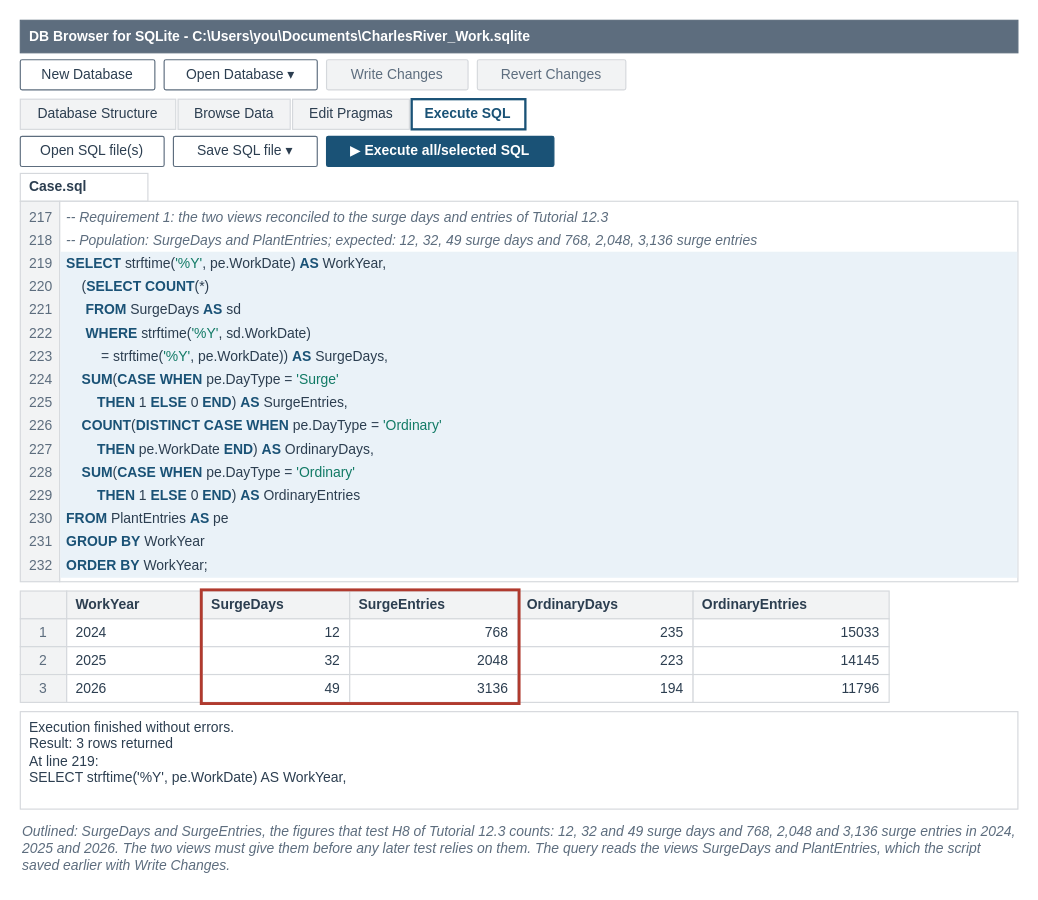
Earlier version of the draw.io diagram facts/instructor/figures/case-part-3/IF-C3-1-A.drawio (mmcodesso/Accounting_Analytics_Book). Source tidied: cells renumbered, new cells numbered last; positions are measured from the earlier drawing's top-left corner, leaving out a move shared by most shapes. Both pictures are drawn from the tidied source at 116%, with x=0, y=0 at pixel (20, 20).
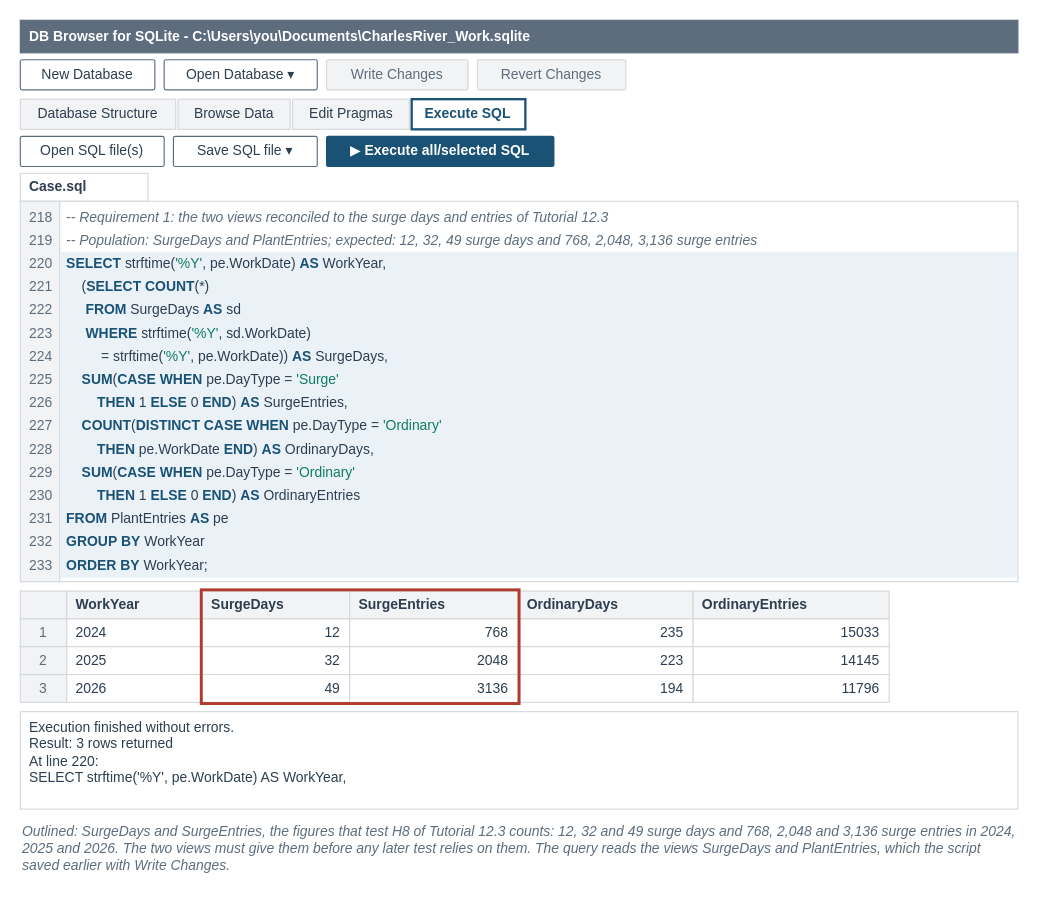
The same page after the edit.

Change to the diagram source:
```diff
@@
-    <mxCell id="19" value="217" style="text;html=1;whiteSpace=wrap;align=right;verticalAlign=middle;fontSize=12;fontColor=#5D6D7E;fontStyle=0;fontFamily=Helvetica;spacing=2;fillColor=none;strokeColor=none;" parent="1" vertex="1">
+    <mxCell id="19" value="218" style="text;html=1;whiteSpace=wrap;align=right;verticalAlign=middle;fontSize=12;fontColor=#5D6D7E;fontStyle=0;fontFamily=Helvetica;spacing=2;fillColor=none;strokeColor=none;" parent="1" vertex="1">
       <mxGeometry y="160" width="30" height="20" as="geometry" />
     </mxCell>
@@
-    <mxCell id="21" value="218" style="text;html=1;whiteSpace=wrap;align=right;verticalAlign=middle;fontSize=12;fontColor=#5D6D7E;fontStyle=0;fontFamily=Helvetica;spacing=2;fillColor=none;strokeColor=none;" parent="1" vertex="1">
+    <mxCell id="21" value="219" style="text;html=1;whiteSpace=wrap;align=right;verticalAlign=middle;fontSize=12;fontColor=#5D6D7E;fontStyle=0;fontFamily=Helvetica;spacing=2;fillColor=none;strokeColor=none;" parent="1" vertex="1">
       <mxGeometry y="180" width="30" height="20" as="geometry" />
     </mxCell>
@@
-    <mxCell id="23" value="219" style="text;html=1;whiteSpace=wrap;align=right;verticalAlign=middle;fontSize=12;fontColor=#5D6D7E;fontStyle=0;fontFamily=Helvetica;spacing=2;fillColor=none;strokeColor=none;" parent="1" vertex="1">
+    <mxCell id="23" value="220" style="text;html=1;whiteSpace=wrap;align=right;verticalAlign=middle;fontSize=12;fontColor=#5D6D7E;fontStyle=0;fontFamily=Helvetica;spacing=2;fillColor=none;strokeColor=none;" parent="1" vertex="1">
       <mxGeometry y="200" width="30" height="20" as="geometry" />
     </mxCell>
@@
-    <mxCell id="25" value="220" style="text;html=1;whiteSpace=wrap;align=right;verticalAlign=middle;fontSize=12;fontColor=#5D6D7E;fontStyle=0;fontFamily=Helvetica;spacing=2;fillColor=none;strokeColor=none;" parent="1" vertex="1">
+    <mxCell id="25" value="221" style="text;html=1;whiteSpace=wrap;align=right;verticalAlign=middle;fontSize=12;fontColor=#5D6D7E;fontStyle=0;fontFamily=Helvetica;spacing=2;fillColor=none;strokeColor=none;" parent="1" vertex="1">
       <mxGeometry y="220" width="30" height="20" as="geometry" />
     </mxCell>
@@
-    <mxCell id="27" value="221" style="text;html=1;whiteSpace=wrap;align=right;verticalAlign=middle;fontSize=12;fontColor=#5D6D7E;fontStyle=0;fontFamily=Helvetica;spacing=2;fillColor=none;strokeColor=none;" parent="1" vertex="1">
+    <mxCell id="27" value="222" style="text;html=1;whiteSpace=wrap;align=right;verticalAlign=middle;fontSize=12;fontColor=#5D6D7E;fontStyle=0;fontFamily=Helvetica;spacing=2;fillColor=none;strokeColor=none;" parent="1" vertex="1">
       <mxGeometry y="240" width="30" height="20" as="geometry" />
     </mxCell>
@@
-    <mxCell id="29" value="222" style="text;html=1;whiteSpace=wrap;align=right;verticalAlign=middle;fontSize=12;fontColor=#5D6D7E;fontStyle=0;fontFamily=Helvetica;spacing=2;fillColor=none;strokeColor=none;" parent="1" vertex="1">
+    <mxCell id="29" value="223" style="text;html=1;whiteSpace=wrap;align=right;verticalAlign=middle;fontSize=12;fontColor=#5D6D7E;fontStyle=0;fontFamily=Helvetica;spacing=2;fillColor=none;strokeColor=none;" parent="1" vertex="1">
       <mxGeometry y="260" width="30" height="20" as="geometry" />
     </mxCell>
@@
-    <mxCell id="31" value="223" style="text;html=1;whiteSpace=wrap;align=right;verticalAlign=middle;fontSize=12;fontColor=#5D6D7E;fontStyle=0;fontFamily=Helvetica;spacing=2;fillColor=none;strokeColor=none;" parent="1" vertex="1">
+    <mxCell id="31" value="224" style="text;html=1;whiteSpace=wrap;align=right;verticalAlign=middle;fontSize=12;fontColor=#5D6D7E;fontStyle=0;fontFamily=Helvetica;spacing=2;fillColor=none;strokeColor=none;" parent="1" vertex="1">
       <mxGeometry y="280" width="30" height="20" as="geometry" />
     </mxCell>
@@
-    <mxCell id="33" value="224" style="text;html=1;whiteSpace=wrap;align=right;verticalAlign=middle;fontSize=12;fontColor=#5D6D7E;fontStyle=0;fontFamily=Helvetica;spacing=2;fillColor=none;strokeColor=none;" parent="1" vertex="1">
+    <mxCell id="33" value="225" style="text;html=1;whiteSpace=wrap;align=right;verticalAlign=middle;fontSize=12;fontColor=#5D6D7E;fontStyle=0;fontFamily=Helvetica;spacing=2;fillColor=none;strokeColor=none;" parent="1" vertex="1">
       <mxGeometry y="300" width="30" height="20" as="geometry" />
     </mxCell>
@@
-    <mxCell id="35" value="225" style="text;html=1;whiteSpace=wrap;align=right;verticalAlign=middle;fontSize=12;fontColor=#5D6D7E;fontStyle=0;fontFamily=Helvetica;spacing=2;fillColor=none;strokeColor=none;" parent="1" vertex="1">
+    <mxCell id="35" value="226" style="text;html=1;whiteSpace=wrap;align=right;verticalAlign=middle;fontSize=12;fontColor=#5D6D7E;fontStyle=0;fontFamily=Helvetica;spacing=2;fillColor=none;strokeColor=none;" parent="1" vertex="1">
       <mxGeometry y="320" width="30" height="20" as="geometry" />
     </mxCell>
@@
-    <mxCell id="37" value="226" style="text;html=1;whiteSpace=wrap;align=right;verticalAlign=middle;fontSize=12;fontColor=#5D6D7E;fontStyle=0;fontFamily=Helvetica;spacing=2;fillColor=none;strokeColor=none;" parent="1" vertex="1">
+    <mxCell id="37" value="227" style="text;html=1;whiteSpace=wrap;align=right;verticalAlign=middle;fontSize=12;fontColor=#5D6D7E;fontStyle=0;fontFamily=Helvetica;spacing=2;fillColor=none;strokeColor=none;" parent="1" vertex="1">
       <mxGeometry y="340" width="30" height="20" as="geometry" />
     </mxCell>
@@
-    <mxCell id="39" value="227" style="text;html=1;whiteSpace=wrap;align=right;verticalAlign=middle;fontSize=12;fontColor=#5D6D7E;fontStyle=0;fontFamily=Helvetica;spacing=2;fillColor=none;strokeColor=none;" parent="1" vertex="1">
+    <mxCell id="39" value="228" style="text;html=1;whiteSpace=wrap;align=right;verticalAlign=middle;fontSize=12;fontColor=#5D6D7E;fontStyle=0;fontFamily=Helvetica;spacing=2;fillColor=none;strokeColor=none;" parent="1" vertex="1">
       <mxGeometry y="360" width="30" height="20" as="geometry" />
     </mxCell>
@@
-    <mxCell id="41" value="228" style="text;html=1;whiteSpace=wrap;align=right;verticalAlign=middle;fontSize=12;fontColor=#5D6D7E;fontStyle=0;fontFamily=Helvetica;spacing=2;fillColor=none;strokeColor=none;" parent="1" vertex="1">
+    <mxCell id="41" value="229" style="text;html=1;whiteSpace=wrap;align=right;verticalAlign=middle;fontSize=12;fontColor=#5D6D7E;fontStyle=0;fontFamily=Helvetica;spacing=2;fillColor=none;strokeColor=none;" parent="1" vertex="1">
       <mxGeometry y="380" width="30" height="20" as="geometry" />
     </mxCell>
@@
-    <mxCell id="43" value="229" style="text;html=1;whiteSpace=wrap;align=right;verticalAlign=middle;fontSize=12;fontColor=#5D6D7E;fontStyle=0;fontFamily=Helvetica;spacing=2;fillColor=none;strokeColor=none;" parent="1" vertex="1">
+    <mxCell id="43" value="230" style="text;html=1;whiteSpace=wrap;align=right;verticalAlign=middle;fontSize=12;fontColor=#5D6D7E;fontStyle=0;fontFamily=Helvetica;spacing=2;fillColor=none;strokeColor=none;" parent="1" vertex="1">
       <mxGeometry y="400" width="30" height="20" as="geometry" />
     </mxCell>
@@
-    <mxCell id="45" value="230" style="text;html=1;whiteSpace=wrap;align=right;verticalAlign=middle;fontSize=12;fontColor=#5D6D7E;fontStyle=0;fontFamily=Helvetica;spacing=2;fillColor=none;strokeColor=none;" parent="1" vertex="1">
+    <mxCell id="45" value="231" style="text;html=1;whiteSpace=wrap;align=right;verticalAlign=middle;fontSize=12;fontColor=#5D6D7E;fontStyle=0;fontFamily=Helvetica;spacing=2;fillColor=none;strokeColor=none;" parent="1" vertex="1">
       <mxGeometry y="420" width="30" height="20" as="geometry" />
     </mxCell>
@@
-    <mxCell id="47" value="231" style="text;html=1;whiteSpace=wrap;align=right;verticalAlign=middle;fontSize=12;fontColor=#5D6D7E;fontStyle=0;fontFamily=Helvetica;spacing=2;fillColor=none;strokeColor=none;" parent="1" vertex="1">
+    <mxCell id="47" value="232" style="text;html=1;whiteSpace=wrap;align=right;verticalAlign=middle;fontSize=12;fontColor=#5D6D7E;fontStyle=0;fontFamily=Helvetica;spacing=2;fillColor=none;strokeColor=none;" parent="1" vertex="1">
       <mxGeometry y="440" width="30" height="20" as="geometry" />
     </mxCell>
@@
-    <mxCell id="49" value="232" style="text;html=1;whiteSpace=wrap;align=right;verticalAlign=middle;fontSize=12;fontColor=#5D6D7E;fontStyle=0;fontFamily=Helvetica;spacing=2;fillColor=none;strokeColor=none;" parent="1" vertex="1">
+    <mxCell id="49" value="233" style="text;html=1;whiteSpace=wrap;align=right;verticalAlign=middle;fontSize=12;fontColor=#5D6D7E;fontStyle=0;fontFamily=Helvetica;spacing=2;fillColor=none;strokeColor=none;" parent="1" vertex="1">
       <mxGeometry y="460" width="30" height="20" as="geometry" />
     </mxCell>
@@
-    <mxCell id="75" value="Execution finished without errors.&lt;br&gt;Result: 3 rows returned&lt;br&gt;At line 219:&lt;br&gt;SELECT strftime('%Y', pe.WorkDate) AS WorkYear," style="rounded=0;arcSize=6;whiteSpace=wrap;html=1;fillColor=#FFFFFF;strokeColor=#D5D8DC;strokeWidth=1;fontColor=#2C3E50;fontSize=12;fontStyle=0;align=left;verticalAlign=top;fontFamily=Helvetica;spacingLeft=6;spacingRight=6;" parent="1" vertex="1">
+    <mxCell id="75" value="Execution finished without errors.&lt;br&gt;Result: 3 rows returned&lt;br&gt;At line 220:&lt;br&gt;SELECT strftime('%Y', pe.WorkDate) AS WorkYear," style="rounded=0;arcSize=6;whiteSpace=wrap;html=1;fillColor=#FFFFFF;strokeColor=#D5D8DC;strokeWidth=1;fontColor=#2C3E50;fontSize=12;fontStyle=0;align=left;verticalAlign=top;fontFamily=Helvetica;spacingLeft=6;spacingRight=6;" parent="1" vertex="1">
       <mxGeometry y="596" width="860" height="84" as="geometry" />
     </mxCell>
```
